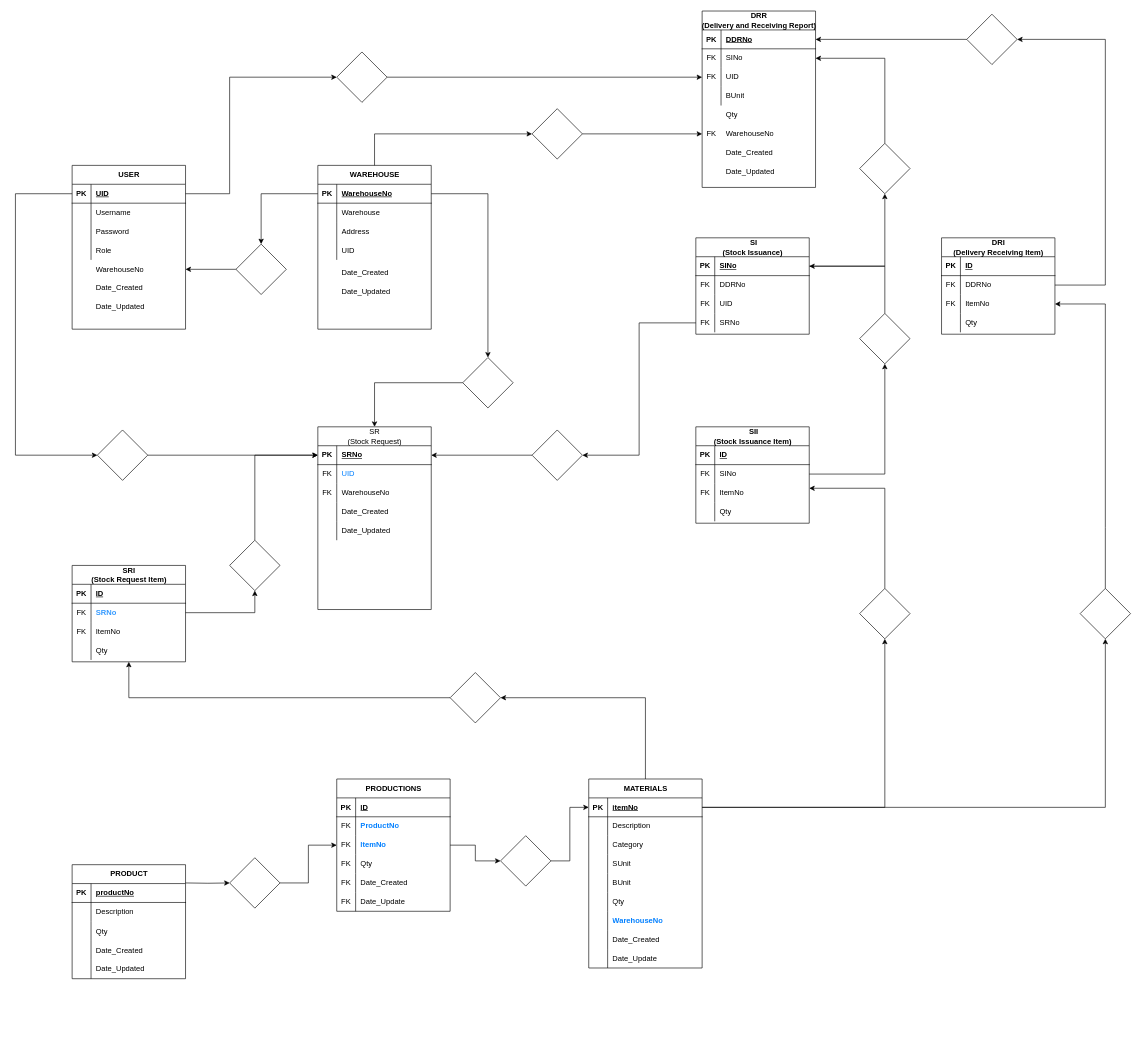
This is Diagram.drawio from ediangca/ACES-POS, a draw.io file, before an edit. Source tidied: cells renumbered, new cells numbered last; positions are measured from the earlier drawing's top-left corner, leaving out a move shared by most shapes. Both pictures are drawn from the tidied source at 63%, with x=0, y=0 at pixel (15, 11).
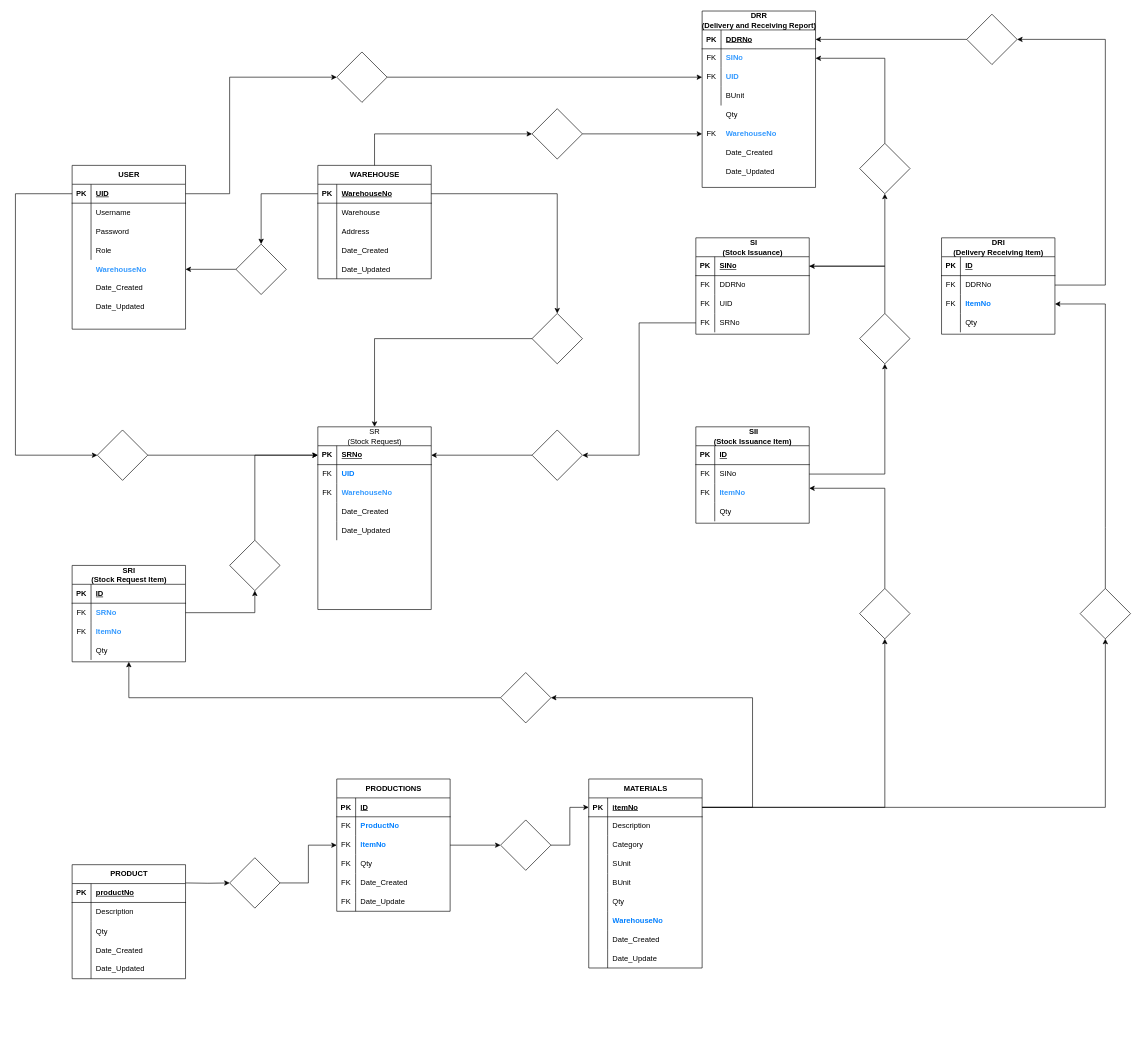
The same diagram, later.

Unchanged cells that the change refers to:
```xml
<mxCell id="16" style="shape=tableRow;horizontal=0;startSize=0;swimlaneHead=0;swimlaneBody=0;fillColor=none;top=0;left=0;right=0;bottom=0;" parent="2" vertex="1">
  <mxGeometry y="150" width="180" height="30" as="geometry" />
</mxCell>
<mxCell id="48" value="MATERIALS" style="shape=table;startSize=30;childLayout=tableLayout;rowLines=0;fontStyle=1;align=center;html=1;" parent="47" vertex="1">
  <mxGeometry width="180" height="300" as="geometry" />
</mxCell>
<mxCell id="51" value="itemNo" style="shape=partialRectangle;fillColor=none;top=0;left=0;bottom=0;right=0;align=left;spacingLeft=6;fontStyle=5;overflow=hidden;whiteSpace=wrap;html=1;" parent="49" vertex="1">
  <mxGeometry x="30" width="150" height="30" as="geometry" />
</mxCell>
<mxCell id="112" style="shape=tableRow;horizontal=0;startSize=0;swimlaneHead=0;swimlaneBody=0;fillColor=none;top=0;left=0;right=0;bottom=0;" parent="108" vertex="1">
  <mxGeometry y="60" width="180" height="30" as="geometry" />
</mxCell>
<mxCell id="115" style="shape=tableRow;horizontal=0;startSize=0;swimlaneHead=0;swimlaneBody=0;fillColor=none;top=0;left=0;right=0;bottom=0;" parent="108" vertex="1">
  <mxGeometry y="90" width="180" height="30" as="geometry" />
</mxCell>
<mxCell id="124" style="shape=tableRow;horizontal=0;startSize=0;swimlaneHead=0;swimlaneBody=0;fillColor=none;top=0;left=0;right=0;bottom=0;" parent="107" vertex="1">
  <mxGeometry y="180" width="180" height="30" as="geometry" />
</mxCell>
<mxCell id="137" style="shape=tableRow;horizontal=0;startSize=0;swimlaneHead=0;swimlaneBody=0;fillColor=none;top=0;left=0;right=0;bottom=0;" parent="133" vertex="1">
  <mxGeometry y="60" width="180" height="30" as="geometry" />
</mxCell>
<mxCell id="140" style="shape=tableRow;horizontal=0;startSize=0;swimlaneHead=0;swimlaneBody=0;fillColor=none;top=0;left=0;right=0;bottom=0;" parent="133" vertex="1">
  <mxGeometry y="90" width="180" height="30" as="geometry" />
</mxCell>
<mxCell id="163" style="shape=tableRow;horizontal=0;startSize=0;swimlaneHead=0;swimlaneBody=0;fillColor=none;top=0;left=0;right=0;bottom=0;" parent="156" vertex="1">
  <mxGeometry y="90" width="180" height="30" as="geometry" />
</mxCell>
<mxCell id="181" style="shape=tableRow;horizontal=0;startSize=0;swimlaneHead=0;swimlaneBody=0;fillColor=none;top=0;left=0;right=0;bottom=0;" parent="174" vertex="1">
  <mxGeometry y="90" width="180" height="30" as="geometry" />
</mxCell>
<mxCell id="200" value="WarehouseNo" style="shape=partialRectangle;fillColor=none;top=0;left=0;bottom=0;right=0;align=left;spacingLeft=6;fontStyle=5;overflow=hidden;whiteSpace=wrap;html=1;" parent="198" vertex="1">
  <mxGeometry x="30" width="150" height="30" as="geometry" />
</mxCell>
<mxCell id="207" style="shape=tableRow;horizontal=0;startSize=0;swimlaneHead=0;swimlaneBody=0;fillColor=none;top=0;left=0;right=0;bottom=0;" parent="197" vertex="1">
  <mxGeometry y="120" width="180" height="30" as="geometry" />
</mxCell>
<mxCell id="238" style="shape=tableRow;horizontal=0;startSize=0;swimlaneHead=0;swimlaneBody=0;fillColor=none;top=0;left=0;right=0;bottom=0;" parent="231" vertex="1">
  <mxGeometry y="90" width="180" height="30" as="geometry" />
</mxCell>
```

The edit, as a diff of the source:
```diff
@@
-    <mxCell id="18" value="WarehouseNo" style="shape=partialRectangle;fillColor=none;top=0;left=0;bottom=0;right=0;align=left;spacingLeft=6;overflow=hidden;whiteSpace=wrap;html=1;" parent="16" vertex="1">
+    <mxCell id="18" value="&lt;b&gt;&lt;font color=&quot;#3399ff&quot;&gt;WarehouseNo&lt;/font&gt;&lt;/b&gt;" style="shape=partialRectangle;fillColor=none;top=0;left=0;bottom=0;right=0;align=left;spacingLeft=6;overflow=hidden;whiteSpace=wrap;html=1;" parent="16" vertex="1">
       <mxGeometry x="30" width="150" height="30" as="geometry" />
     </mxCell>
@@
     <mxCell id="105" style="rhombus;whiteSpace=wrap;html=1;startSize=30;fontStyle=1;" parent="1" vertex="1">
-      <mxGeometry x="770" y="1309" width="80" height="80" as="geometry" />
+      <mxGeometry x="770" y="1284" width="80" height="80" as="geometry" />
     </mxCell>
@@
-    <mxCell id="114" value="SINo" style="shape=partialRectangle;fillColor=none;top=0;left=0;bottom=0;right=0;align=left;spacingLeft=6;overflow=hidden;whiteSpace=wrap;html=1;" parent="112" vertex="1">
+    <mxCell id="114" value="&lt;b&gt;&lt;font color=&quot;#3399ff&quot;&gt;SINo&lt;/font&gt;&lt;/b&gt;" style="shape=partialRectangle;fillColor=none;top=0;left=0;bottom=0;right=0;align=left;spacingLeft=6;overflow=hidden;whiteSpace=wrap;html=1;" parent="112" vertex="1">
       <mxGeometry x="30" width="150" height="30" as="geometry" />
     </mxCell>
@@
-    <mxCell id="117" value="UID" style="shape=partialRectangle;fillColor=none;top=0;left=0;bottom=0;right=0;align=left;spacingLeft=6;overflow=hidden;whiteSpace=wrap;html=1;" parent="115" vertex="1">
+    <mxCell id="117" value="&lt;font color=&quot;#3399ff&quot;&gt;&lt;b&gt;UID&lt;/b&gt;&lt;/font&gt;" style="shape=partialRectangle;fillColor=none;top=0;left=0;bottom=0;right=0;align=left;spacingLeft=6;overflow=hidden;whiteSpace=wrap;html=1;" parent="115" vertex="1">
       <mxGeometry x="30" width="150" height="30" as="geometry" />
     </mxCell>
@@
-    <mxCell id="126" value="WarehouseNo" style="shape=partialRectangle;fillColor=none;top=0;left=0;bottom=0;right=0;align=left;spacingLeft=6;overflow=hidden;whiteSpace=wrap;html=1;" parent="124" vertex="1">
+    <mxCell id="126" value="&lt;b&gt;&lt;font color=&quot;#3399ff&quot;&gt;WarehouseNo&lt;/font&gt;&lt;/b&gt;" style="shape=partialRectangle;fillColor=none;top=0;left=0;bottom=0;right=0;align=left;spacingLeft=6;overflow=hidden;whiteSpace=wrap;html=1;" parent="124" vertex="1">
       <mxGeometry x="30" width="150" height="30" as="geometry" />
     </mxCell>
@@
-    <mxCell id="139" value="&lt;font style=&quot;&quot; color=&quot;#007fff&quot;&gt;UID&lt;/font&gt;" style="shape=partialRectangle;fillColor=none;top=0;left=0;bottom=0;right=0;align=left;spacingLeft=6;overflow=hidden;whiteSpace=wrap;html=1;" parent="137" vertex="1">
+    <mxCell id="139" value="&lt;font style=&quot;&quot; color=&quot;#007fff&quot;&gt;&lt;b&gt;UID&lt;/b&gt;&lt;/font&gt;" style="shape=partialRectangle;fillColor=none;top=0;left=0;bottom=0;right=0;align=left;spacingLeft=6;overflow=hidden;whiteSpace=wrap;html=1;" parent="137" vertex="1">
       <mxGeometry x="30" width="150" height="30" as="geometry" />
     </mxCell>
@@
-    <mxCell id="142" value="WarehouseNo" style="shape=partialRectangle;fillColor=none;top=0;left=0;bottom=0;right=0;align=left;spacingLeft=6;overflow=hidden;whiteSpace=wrap;html=1;" parent="140" vertex="1">
+    <mxCell id="142" value="&lt;b&gt;&lt;font color=&quot;#3399ff&quot;&gt;WarehouseNo&lt;/font&gt;&lt;/b&gt;" style="shape=partialRectangle;fillColor=none;top=0;left=0;bottom=0;right=0;align=left;spacingLeft=6;overflow=hidden;whiteSpace=wrap;html=1;" parent="140" vertex="1">
       <mxGeometry x="30" width="150" height="30" as="geometry" />
     </mxCell>
@@
     <mxCell id="150" style="rhombus;whiteSpace=wrap;html=1;startSize=30;fontStyle=1;" parent="1" vertex="1">
-      <mxGeometry x="690" y="1050" width="80" height="80" as="geometry" />
+      <mxGeometry x="770" y="1050" width="80" height="80" as="geometry" />
     </mxCell>
-    <mxCell id="151" style="edgeStyle=orthogonalEdgeStyle;rounded=0;jettySize=auto;html=1;fontFamily=Helvetica;fontSize=12;fontColor=default;fontStyle=1;entryX=1;entryY=0.5;entryDx=0;entryDy=0;exitX=0.5;exitY=0;exitDx=0;exitDy=0;" parent="1" edge="1" source="48" target="150">
-      <mxGeometry relative="1" as="geometry" />
+    <mxCell id="151" style="edgeStyle=orthogonalEdgeStyle;rounded=0;jettySize=auto;html=1;fontFamily=Helvetica;fontSize=12;fontColor=default;fontStyle=1;entryX=1;entryY=0.5;entryDx=0;entryDy=0;exitX=1;exitY=0.5;exitDx=0;exitDy=0;" parent="1" edge="1" source="51" target="150">
+      <mxGeometry relative="1" as="geometry">
+        <Array as="points">
+          <mxPoint x="1170" y="1264" />
+          <mxPoint x="1170" y="1090" />
+        </Array>
+      </mxGeometry>
     </mxCell>
@@
-    <mxCell id="165" value="ItemNo" style="shape=partialRectangle;fillColor=none;top=0;left=0;bottom=0;right=0;align=left;spacingLeft=6;overflow=hidden;whiteSpace=wrap;html=1;" parent="163" vertex="1">
+    <mxCell id="165" value="&lt;b&gt;&lt;font color=&quot;#3399ff&quot;&gt;ItemNo&lt;/font&gt;&lt;/b&gt;" style="shape=partialRectangle;fillColor=none;top=0;left=0;bottom=0;right=0;align=left;spacingLeft=6;overflow=hidden;whiteSpace=wrap;html=1;" parent="163" vertex="1">
       <mxGeometry x="30" width="150" height="30" as="geometry" />
     </mxCell>
@@
-    <mxCell id="183" value="ItemNo" style="shape=partialRectangle;fillColor=none;top=0;left=0;bottom=0;right=0;align=left;spacingLeft=6;overflow=hidden;whiteSpace=wrap;html=1;" parent="181" vertex="1">
+    <mxCell id="183" value="&lt;font color=&quot;#007fff&quot;&gt;&lt;b&gt;ItemNo&lt;/b&gt;&lt;/font&gt;" style="shape=partialRectangle;fillColor=none;top=0;left=0;bottom=0;right=0;align=left;spacingLeft=6;overflow=hidden;whiteSpace=wrap;html=1;" parent="181" vertex="1">
       <mxGeometry x="30" width="150" height="30" as="geometry" />
     </mxCell>
@@
     <mxCell id="196" style="group;" parent="1" vertex="1">
-      <mxGeometry x="480" y="245" width="180" height="260" as="geometry" />
+      <mxGeometry x="480" y="245" width="180" height="185" as="geometry" />
     </mxCell>
     <mxCell id="197" value="WAREHOUSE" style="shape=table;startSize=30;childLayout=tableLayout;rowLines=0;fontStyle=1;align=center;html=1;" parent="196" vertex="1">
-      <mxGeometry width="180" height="260" as="geometry" />
+      <mxGeometry width="180" height="180" as="geometry" />
     </mxCell>
@@
-    <mxCell id="208" style="shape=partialRectangle;fillColor=none;top=0;left=0;bottom=0;right=0;overflow=hidden;whiteSpace=wrap;html=1;" parent="207" vertex="1">
-      <mxGeometry width="30" height="30" as="geometry" />
-    </mxCell>
-    <mxCell id="209" value="UID" style="shape=partialRectangle;fillColor=none;top=0;left=0;bottom=0;right=0;align=left;spacingLeft=6;overflow=hidden;whiteSpace=wrap;html=1;" parent="207" vertex="1">
-      <mxGeometry x="30" width="150" height="30" as="geometry" />
-    </mxCell>
-    <mxCell id="210" style="shape=tableRow;horizontal=0;startSize=0;swimlaneHead=0;swimlaneBody=0;fillColor=none;top=0;left=0;right=0;bottom=0;" parent="196" vertex="1">
-      <mxGeometry y="155" width="180" height="30" as="geometry" />
-    </mxCell>
-    <mxCell id="211" style="shape=partialRectangle;fillColor=none;top=0;left=0;bottom=0;right=0;overflow=hidden;whiteSpace=wrap;html=1;" parent="210" vertex="1">
-      <mxGeometry width="30" height="30" as="geometry" />
-    </mxCell>
+    <mxCell id="261" style="shape=partialRectangle;fillColor=none;top=0;left=0;bottom=0;right=0;overflow=hidden;whiteSpace=wrap;html=1;" parent="207" vertex="1">
+      <mxGeometry width="30" height="30" as="geometry" />
+    </mxCell>
-    <mxCell id="212" value="Date_Created" style="shape=partialRectangle;fillColor=none;top=0;left=0;bottom=0;right=0;align=left;spacingLeft=6;overflow=hidden;whiteSpace=wrap;html=1;" parent="210" vertex="1">
+    <mxCell id="212" value="Date_Created" style="shape=partialRectangle;fillColor=none;top=0;left=0;bottom=0;right=0;align=left;spacingLeft=6;overflow=hidden;whiteSpace=wrap;html=1;" parent="207" vertex="1">
       <mxGeometry x="30" width="150" height="30" as="geometry" />
     </mxCell>
-    <mxCell id="213" style="shape=tableRow;horizontal=0;startSize=0;swimlaneHead=0;swimlaneBody=0;fillColor=none;top=0;left=0;right=0;bottom=0;" parent="196" vertex="1">
-      <mxGeometry y="185" width="180" height="30" as="geometry" />
-    </mxCell>
-    <mxCell id="214" style="shape=partialRectangle;fillColor=none;top=0;left=0;bottom=0;right=0;overflow=hidden;whiteSpace=wrap;html=1;" parent="213" vertex="1">
-      <mxGeometry width="30" height="30" as="geometry" />
-    </mxCell>
+    <mxCell id="262" style="shape=tableRow;horizontal=0;startSize=0;swimlaneHead=0;swimlaneBody=0;fillColor=none;top=0;left=0;right=0;bottom=0;" parent="197" vertex="1">
+      <mxGeometry y="150" width="180" height="30" as="geometry" />
+    </mxCell>
+    <mxCell id="263" style="shape=partialRectangle;fillColor=none;top=0;left=0;bottom=0;right=0;overflow=hidden;whiteSpace=wrap;html=1;" parent="262" vertex="1">
+      <mxGeometry width="30" height="30" as="geometry" />
+    </mxCell>
-    <mxCell id="215" value="Date_Updated" style="shape=partialRectangle;fillColor=none;top=0;left=0;bottom=0;right=0;align=left;spacingLeft=6;overflow=hidden;whiteSpace=wrap;html=1;" parent="213" vertex="1">
+    <mxCell id="215" value="Date_Updated" style="shape=partialRectangle;fillColor=none;top=0;left=0;bottom=0;right=0;align=left;spacingLeft=6;overflow=hidden;whiteSpace=wrap;html=1;" parent="262" vertex="1">
       <mxGeometry x="30" width="150" height="30" as="geometry" />
     </mxCell>
@@
-    <mxCell id="240" value="ItemNo" style="shape=partialRectangle;fillColor=none;top=0;left=0;bottom=0;right=0;align=left;spacingLeft=6;overflow=hidden;whiteSpace=wrap;html=1;" parent="238" vertex="1">
+    <mxCell id="240" value="&lt;b&gt;&lt;font color=&quot;#3399ff&quot;&gt;ItemNo&lt;/font&gt;&lt;/b&gt;" style="shape=partialRectangle;fillColor=none;top=0;left=0;bottom=0;right=0;align=left;spacingLeft=6;overflow=hidden;whiteSpace=wrap;html=1;" parent="238" vertex="1">
       <mxGeometry x="30" width="150" height="30" as="geometry" />
     </mxCell>
@@
     <mxCell id="259" style="rhombus;whiteSpace=wrap;html=1;startSize=30;fontStyle=1;" parent="1" vertex="1">
-      <mxGeometry x="710" y="550" width="80" height="80" as="geometry" />
+      <mxGeometry x="820" y="480" width="80" height="80" as="geometry" />
     </mxCell>
-    <mxCell id="260" style="edgeStyle=orthogonalEdgeStyle;rounded=0;jettySize=auto;html=1;exitX=1;exitY=0.5;exitDx=0;exitDy=0;" parent="1" edge="1" source="200" target="259">
+    <mxCell id="260" style="edgeStyle=orthogonalEdgeStyle;rounded=0;jettySize=auto;html=1;exitX=1;exitY=0.5;exitDx=0;exitDy=0;entryX=0.5;entryY=0;entryDx=0;entryDy=0;" parent="1" edge="1" source="200" target="259">
       <mxGeometry relative="1" as="geometry">
         <Array as="points">
-          <mxPoint x="750" y="290" />
+          <mxPoint x="860" y="290" />
         </Array>
       </mxGeometry>
     </mxCell>
```
